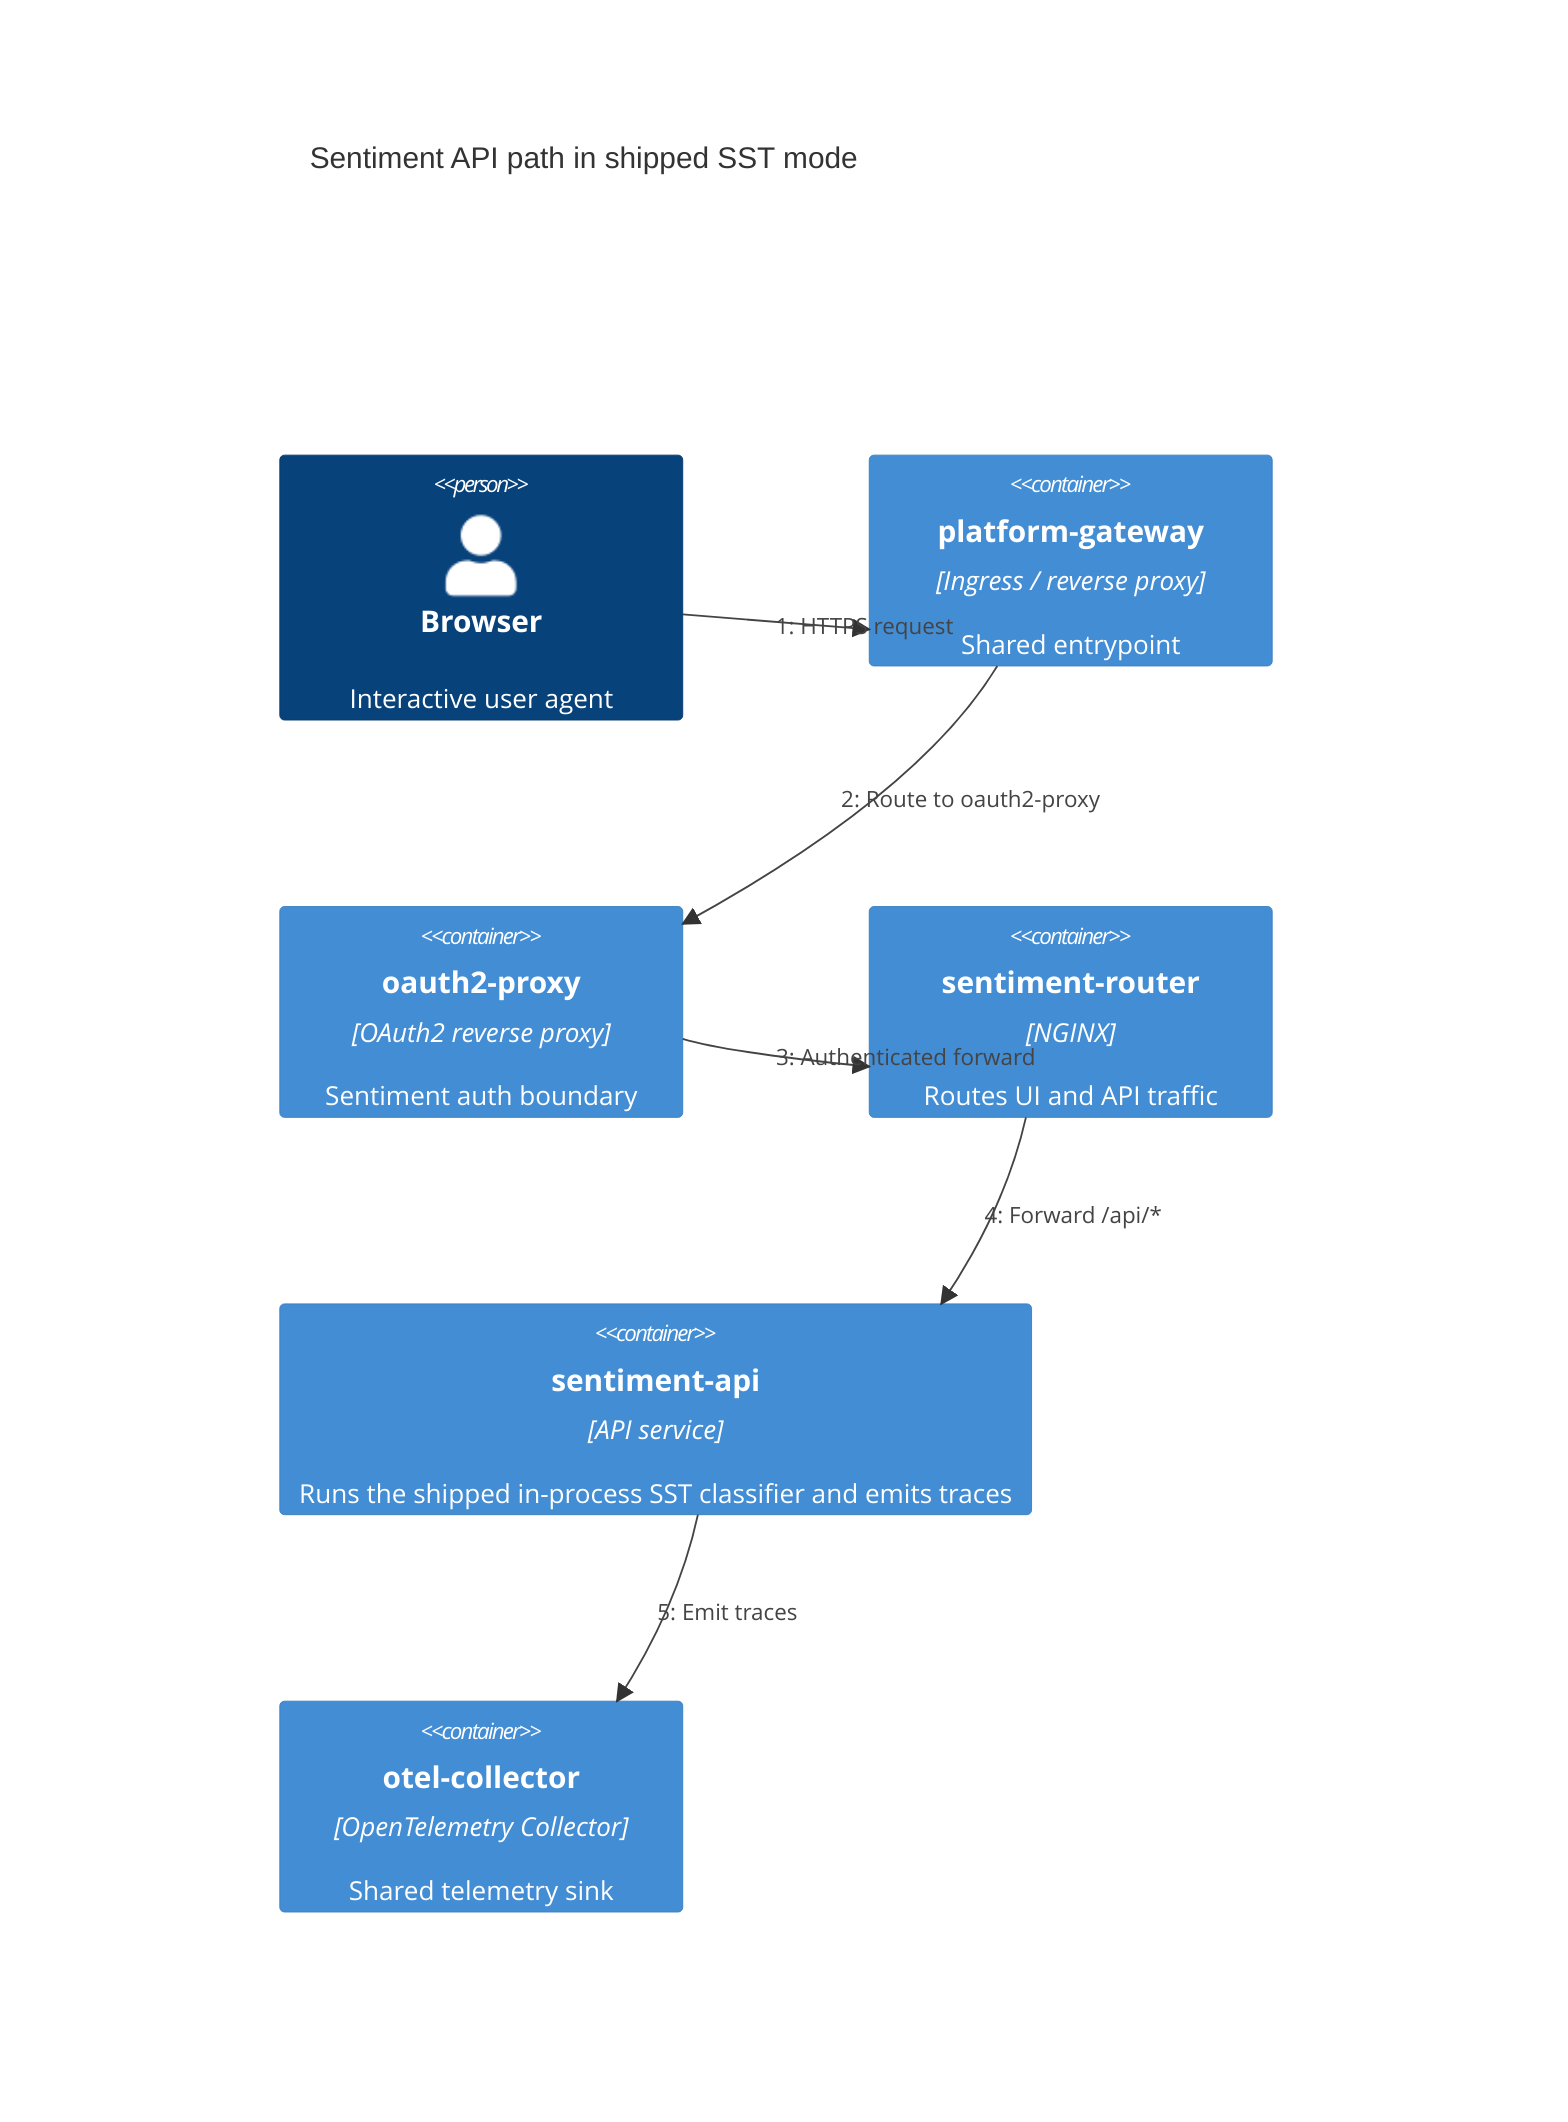
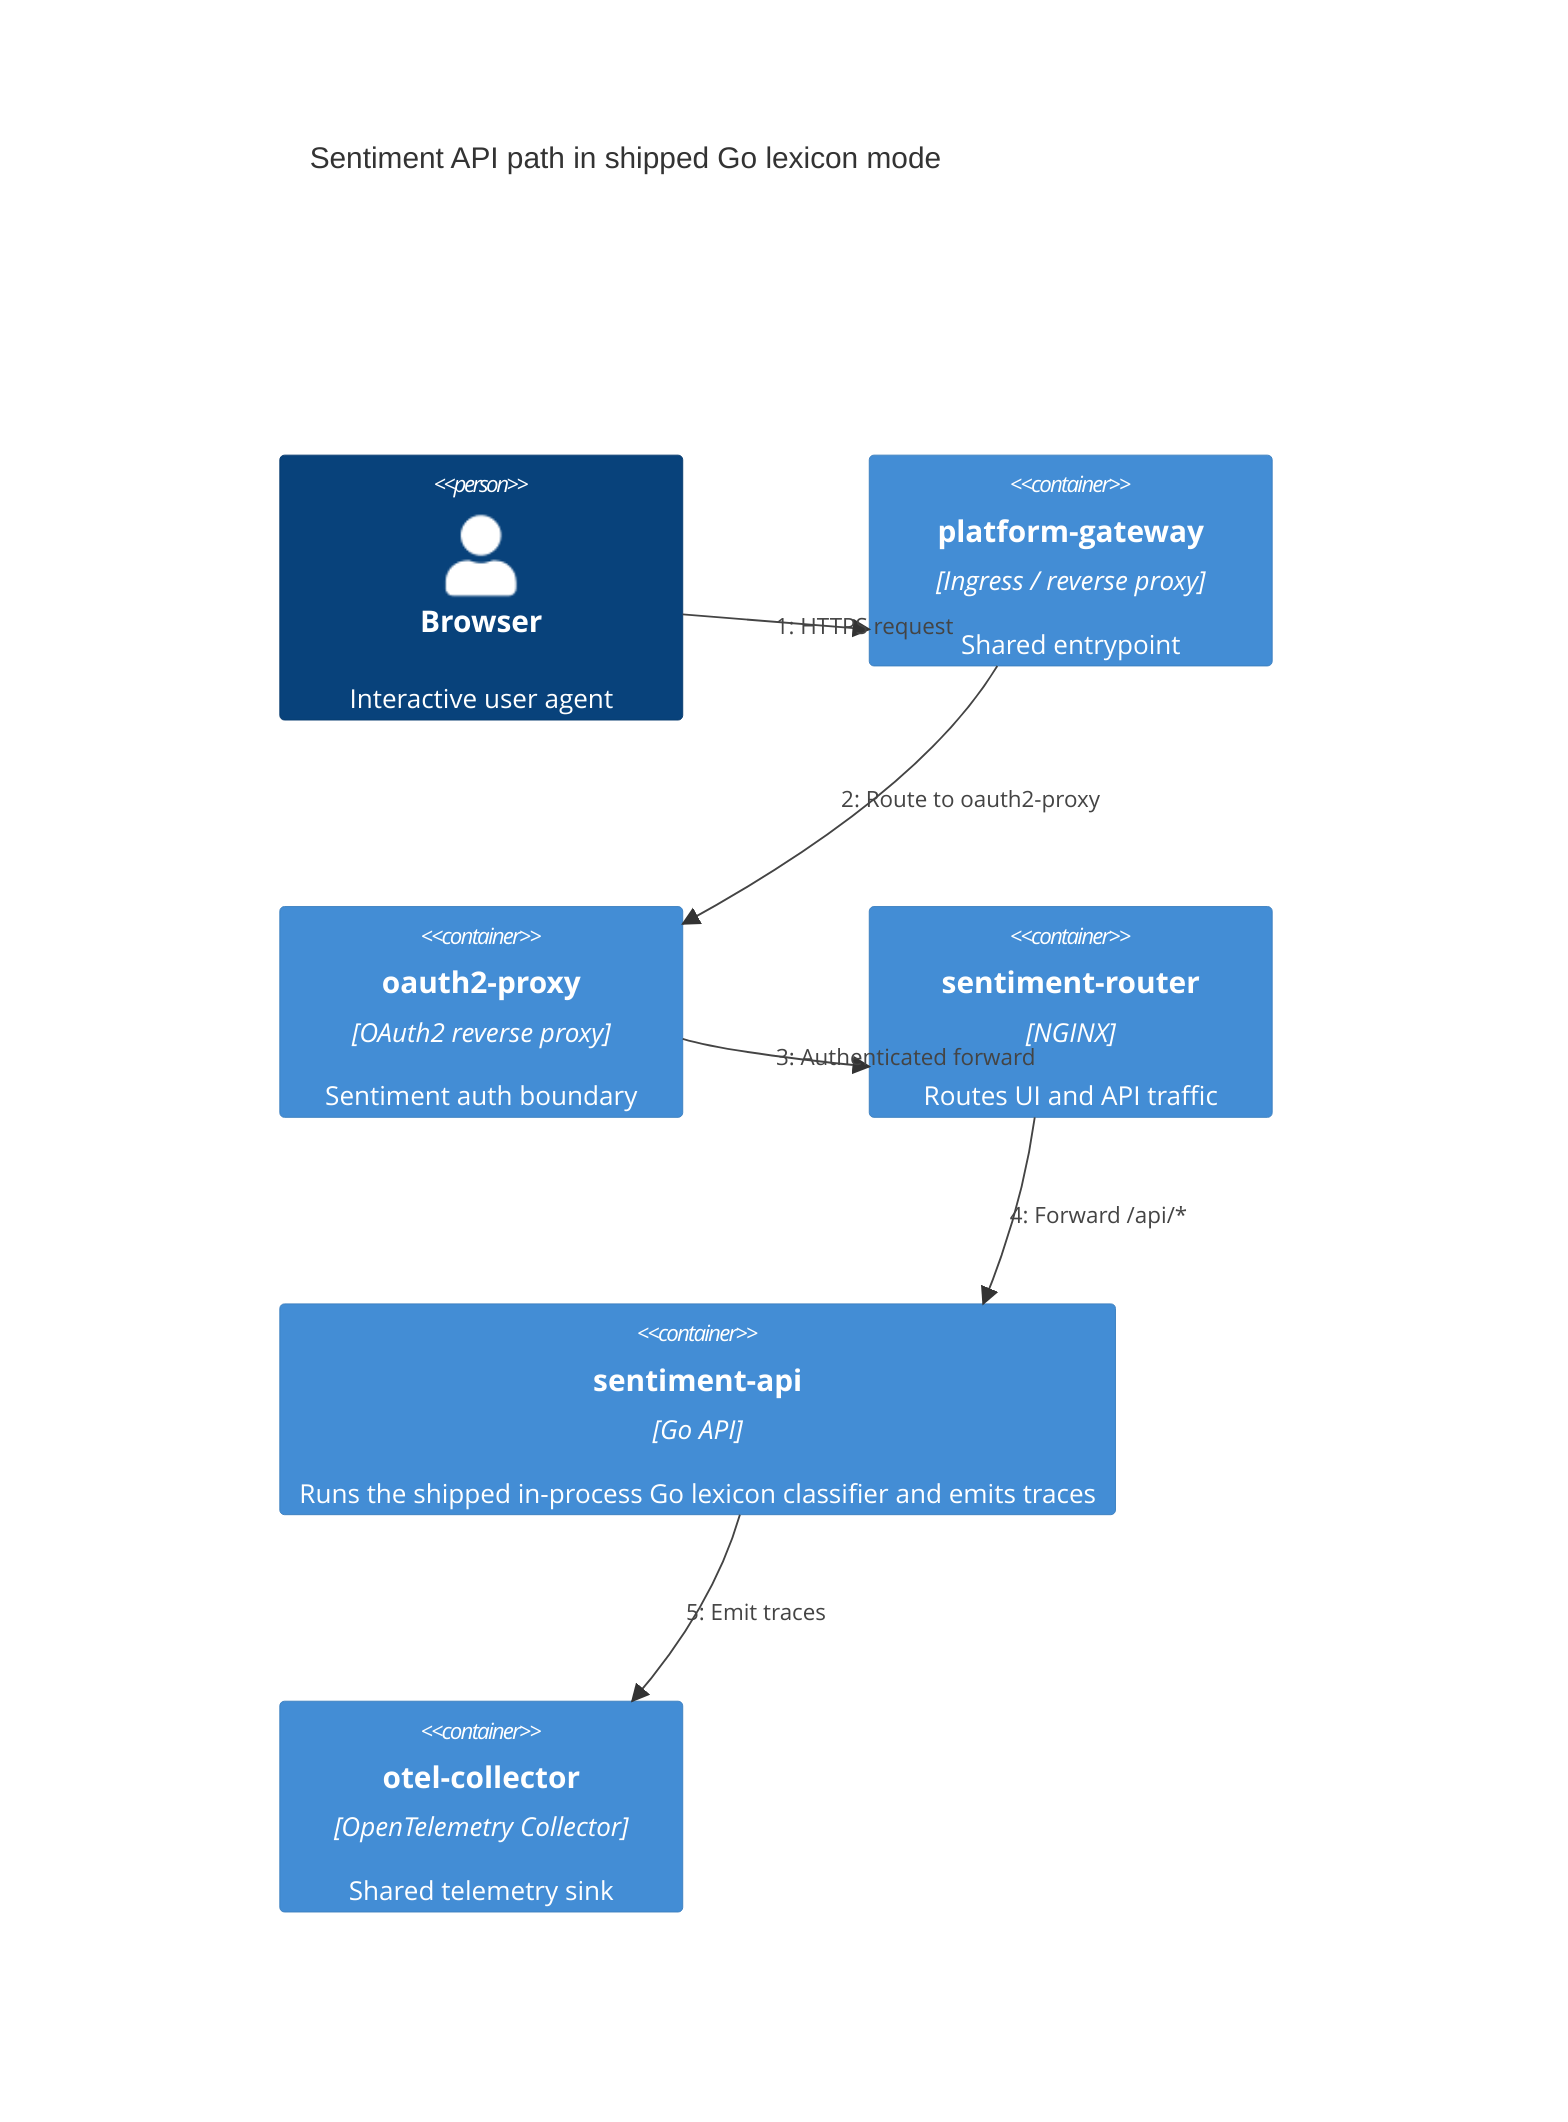
%%{init: {"theme": "base", "themeVariables": {"background": "#ffffff"}}}%%
C4Dynamic
-     title Sentiment API path in shipped SST mode
+     title Sentiment API path in shipped Go lexicon mode

    Person(browser, "Browser", "Interactive user agent")
    Container(gateway, "platform-gateway", "Ingress / reverse proxy", "Shared entrypoint")
    Container(oauth, "oauth2-proxy", "OAuth2 reverse proxy", "Sentiment auth boundary")
    Container(router, "sentiment-router", "NGINX", "Routes UI and API traffic")
-     Container(api, "sentiment-api", "API service", "Runs the shipped in-process SST classifier and emits traces")
+     Container(api, "sentiment-api", "Go API", "Runs the shipped in-process Go lexicon classifier and emits traces")
    Container(otel, "otel-collector", "OpenTelemetry Collector", "Shared telemetry sink")

    RelIndex(1, browser, gateway, "HTTPS request")
    RelIndex(2, gateway, oauth, "Route to oauth2-proxy")
    RelIndex(3, oauth, router, "Authenticated forward")
    RelIndex(4, router, api, "Forward /api/*")
    RelIndex(5, api, otel, "Emit traces")
    UpdateLayoutConfig($c4ShapeInRow="4", $c4BoundaryInRow="1")
